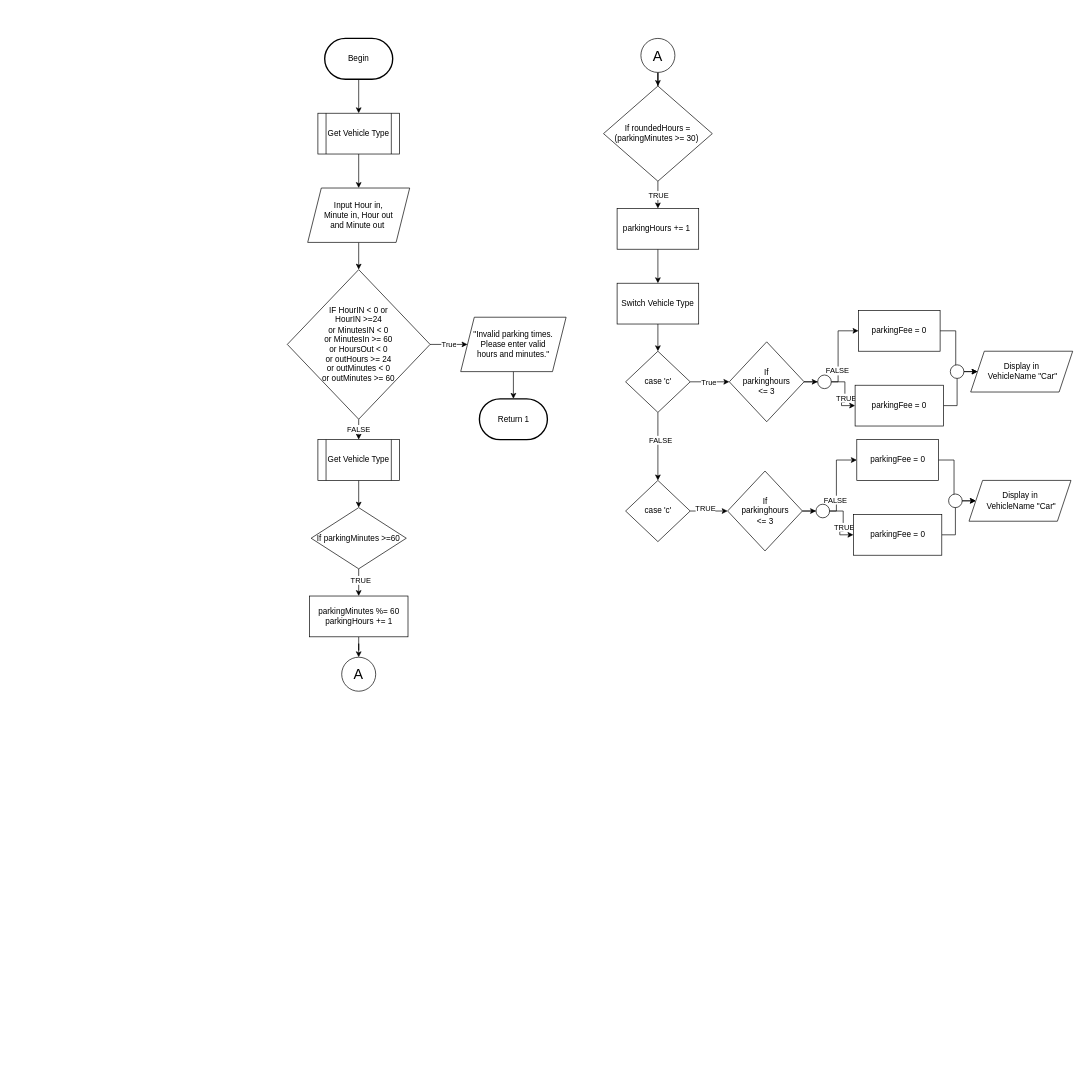
AmawNiZy/Assignments keeps this draw.io diagram as problem58Flowchart.drawio. Above is the earlier version. Source tidied: cells renumbered, new cells numbered last; positions are measured from the earlier drawing's top-left corner, leaving out a move shared by most shapes. Both pictures are drawn from the tidied source at 68%, with x=0, y=0 at pixel (287, 38).
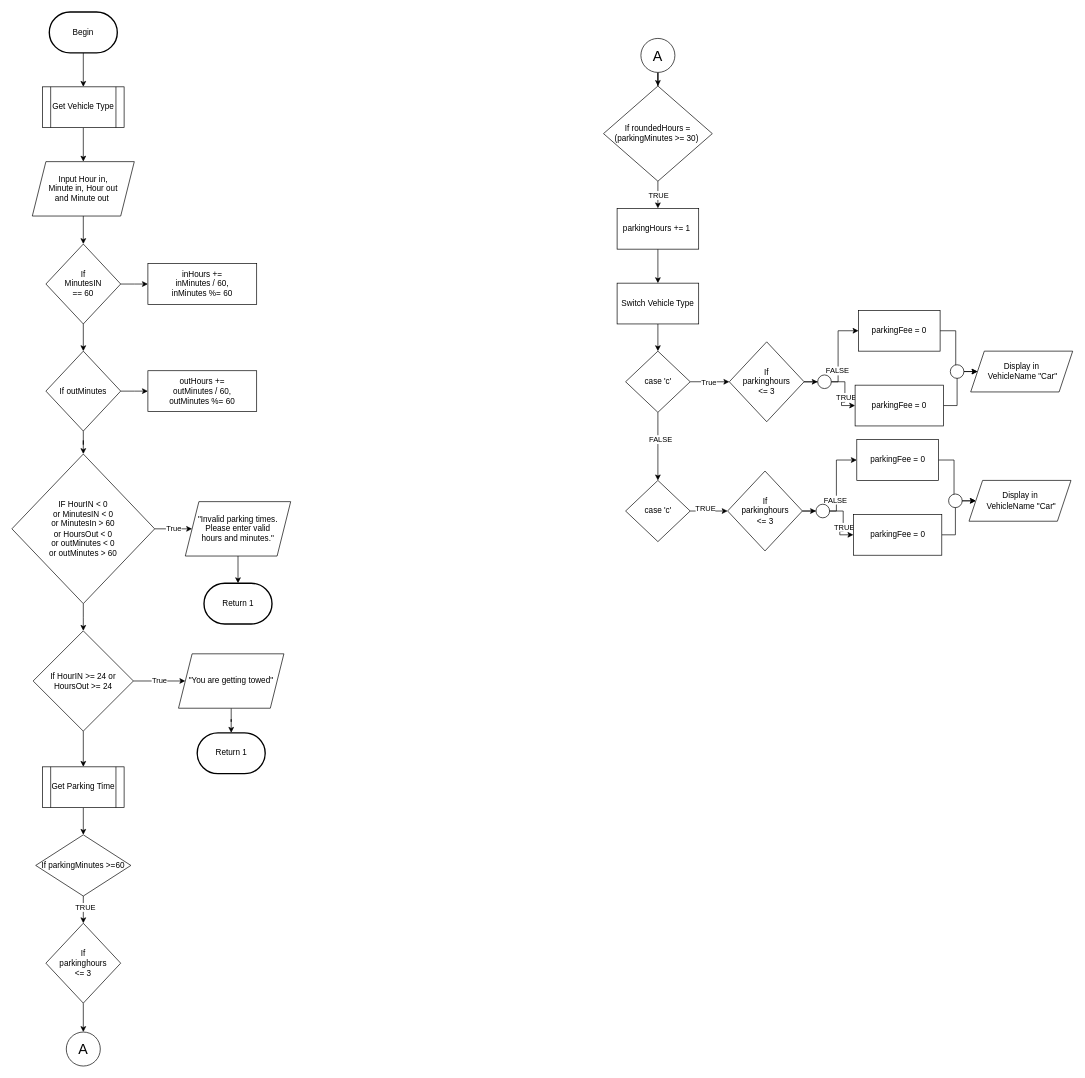
The same page after the edit.

Unchanged cells that the change refers to:
```xml
<mxCell id="41" value="If &lt;br&gt;parkinghours &lt;br&gt;&amp;lt;= 3" style="rhombus;whiteSpace=wrap;html=1;" parent="1" vertex="1">
  <mxGeometry x="650" y="446.2" width="110" height="117.5" as="geometry" />
</mxCell>
```

Change to the diagram source:
```diff
@@
     <mxCell id="3" value="Begin" style="strokeWidth=2;html=1;shape=mxgraph.flowchart.terminator;whiteSpace=wrap;" parent="1" vertex="1">
-      <mxGeometry x="55" width="100" height="60" as="geometry" />
+      <mxGeometry x="-350" y="-38.8" width="100" height="60" as="geometry" />
     </mxCell>
@@
     <mxCell id="5" value="Get Vehicle Type" style="shape=process;whiteSpace=wrap;html=1;backgroundOutline=1;" parent="1" vertex="1">
-      <mxGeometry x="45" y="110" width="120" height="60" as="geometry" />
+      <mxGeometry x="-360" y="71.2" width="120" height="60" as="geometry" />
     </mxCell>
-    <mxCell id="6" style="edgeStyle=orthogonalEdgeStyle;rounded=0;jettySize=auto;html=1;" parent="1" edge="1" source="7" target="11">
+    <mxCell id="6" style="edgeStyle=orthogonalEdgeStyle;rounded=0;jettySize=auto;html=1;" parent="1" edge="1" source="72" target="11">
       <mxGeometry relative="1" as="geometry" />
     </mxCell>
     <mxCell id="7" value="Input Hour in, &lt;br&gt;Minute in, Hour out&lt;br&gt;and Minute out&amp;nbsp;" style="shape=parallelogram;perimeter=parallelogramPerimeter;whiteSpace=wrap;html=1;fixedSize=1;" parent="1" vertex="1">
-      <mxGeometry x="30" y="220" width="150" height="80" as="geometry" />
+      <mxGeometry x="-375" y="181.2" width="150" height="80" as="geometry" />
     </mxCell>
-    <mxCell id="8" style="edgeStyle=orthogonalEdgeStyle;rounded=0;jettySize=auto;html=1;" parent="1" edge="1" source="11" target="13">
-      <mxGeometry relative="1" as="geometry" />
-    </mxCell>
-    <mxCell id="9" value="FALSE" style="edgeLabel;html=1;align=center;verticalAlign=middle;" parent="8" vertex="1">
-      <mxGeometry x="0.02" y="1" relative="1" as="geometry" />
-    </mxCell>
@@
+    <mxCell id="66" style="edgeStyle=orthogonalEdgeStyle;rounded=0;jettySize=auto;html=1;" parent="1" edge="1" source="11" target="77">
+      <mxGeometry relative="1" as="geometry" />
+    </mxCell>
-    <mxCell id="11" value="IF HourIN &amp;lt; 0 or &lt;br&gt;HourIN &amp;gt;=24 &lt;br&gt;or MinutesIN &amp;lt; 0 &lt;br&gt;or MinutesIn &amp;gt;= 60 &lt;br&gt;or HoursOut &amp;lt; 0 &lt;br&gt;or outHours &amp;gt;= 24 &lt;br&gt;or outMinutes &amp;lt; 0 &lt;br&gt;or outMinutes &amp;gt;= 60" style="rhombus;whiteSpace=wrap;html=1;" parent="1" vertex="1">
-      <mxGeometry y="340" width="210" height="220" as="geometry" />
+    <mxCell id="11" value="IF HourIN &amp;lt; 0&lt;br&gt;or MinutesIN &amp;lt; 0 &lt;br&gt;or MinutesIn &amp;gt; 60 &lt;br&gt;or HoursOut &amp;lt; 0&lt;br&gt;or outMinutes &amp;lt; 0 &lt;br&gt;or outMinutes &amp;gt; 60" style="rhombus;whiteSpace=wrap;html=1;" parent="1" vertex="1">
+      <mxGeometry x="-405" y="611.2" width="210" height="220" as="geometry" />
     </mxCell>
@@
-    <mxCell id="13" value="Get Vehicle Type" style="shape=process;whiteSpace=wrap;html=1;backgroundOutline=1;" parent="1" vertex="1">
-      <mxGeometry x="45" y="590" width="120" height="60" as="geometry" />
+    <mxCell id="13" value="Get Parking Time" style="shape=process;whiteSpace=wrap;html=1;backgroundOutline=1;" parent="1" vertex="1">
+      <mxGeometry x="-360" y="1071.2" width="120" height="60" as="geometry" />
     </mxCell>
-    <mxCell id="14" style="edgeStyle=orthogonalEdgeStyle;rounded=0;jettySize=auto;html=1;" parent="1" edge="1" source="16" target="20">
+    <mxCell id="14" style="edgeStyle=orthogonalEdgeStyle;rounded=0;jettySize=auto;html=1;entryX=0.5;entryY=0;entryDx=0;entryDy=0;" parent="1" edge="1" source="16" target="73">
       <mxGeometry relative="1" as="geometry" />
     </mxCell>
@@
     <mxCell id="16" value="If parkingMinutes &amp;gt;=60" style="rhombus;whiteSpace=wrap;html=1;" parent="1" vertex="1">
-      <mxGeometry x="35" y="690" width="140" height="90" as="geometry" />
+      <mxGeometry x="-370" y="1171.2" width="140" height="90" as="geometry" />
     </mxCell>
@@
     <mxCell id="18" value="&quot;Invalid parking times. &lt;br&gt;Please enter valid &lt;br&gt;hours and minutes.&quot;" style="shape=parallelogram;perimeter=parallelogramPerimeter;whiteSpace=wrap;html=1;fixedSize=1;" parent="1" vertex="1">
-      <mxGeometry x="255" y="410" width="155" height="80" as="geometry" />
+      <mxGeometry x="-150" y="681.2" width="155" height="80" as="geometry" />
     </mxCell>
-    <mxCell id="19" style="edgeStyle=orthogonalEdgeStyle;rounded=0;jettySize=auto;html=1;" parent="1" edge="1" source="20" target="21">
+    <mxCell id="19" style="edgeStyle=orthogonalEdgeStyle;rounded=0;jettySize=auto;html=1;exitX=0.5;exitY=1;exitDx=0;exitDy=0;" parent="1" edge="1" source="73" target="21">
       <mxGeometry relative="1" as="geometry" />
     </mxCell>
-    <mxCell id="20" value="parkingMinutes %= 60&lt;br&gt;parkingHours += 1" style="rounded=0;whiteSpace=wrap;html=1;" parent="1" vertex="1">
-      <mxGeometry x="32.5" y="820" width="145" height="60" as="geometry" />
-    </mxCell>
     <mxCell id="21" value="&lt;font style=&quot;font-size: 21px;&quot;&gt;A&lt;/font&gt;" style="ellipse;whiteSpace=wrap;html=1;" parent="1" vertex="1">
-      <mxGeometry x="80" y="910" width="50" height="50" as="geometry" />
+      <mxGeometry x="-325" y="1461.2" width="50" height="50" as="geometry" />
     </mxCell>
     <mxCell id="22" value="Return 1" style="strokeWidth=2;html=1;shape=mxgraph.flowchart.terminator;whiteSpace=wrap;" parent="1" vertex="1">
-      <mxGeometry x="282.5" y="530" width="100" height="60" as="geometry" />
+      <mxGeometry x="-122.5" y="801.2" width="100" height="60" as="geometry" />
     </mxCell>
@@
     <mxCell id="29" value="parkingHours += 1&amp;nbsp;" style="rounded=0;whiteSpace=wrap;html=1;" parent="1" vertex="1">
-      <mxGeometry x="485" y="250" width="120" height="60" as="geometry" />
+      <mxGeometry x="485" y="249.9" width="120" height="60" as="geometry" />
     </mxCell>
@@
     <mxCell id="31" value="Switch Vehicle Type" style="rounded=0;whiteSpace=wrap;html=1;" parent="1" vertex="1">
-      <mxGeometry x="485" y="360" width="120" height="60" as="geometry" />
+      <mxGeometry x="485" y="359.9" width="120" height="60" as="geometry" />
     </mxCell>
@@
     <mxCell id="36" value="case 'c'" style="rhombus;whiteSpace=wrap;html=1;" parent="1" vertex="1">
-      <mxGeometry x="497.5" y="460" width="95" height="90" as="geometry" />
+      <mxGeometry x="497.5" y="459.9" width="95" height="90" as="geometry" />
     </mxCell>
@@
     <mxCell id="39" style="edgeStyle=orthogonalEdgeStyle;rounded=0;jettySize=auto;html=1;" parent="1" edge="1" source="41" target="45">
       <mxGeometry relative="1" as="geometry">
         <Array as="points">
-          <mxPoint x="810" y="505" />
-          <mxPoint x="810" y="430" />
+          <mxPoint x="810" y="504.9" />
+          <mxPoint x="810" y="429.9" />
         </Array>
       </mxGeometry>
     </mxCell>
@@
     <mxCell id="42" style="edgeStyle=orthogonalEdgeStyle;rounded=0;jettySize=auto;html=1;" parent="1" edge="1" source="43" target="48">
       <mxGeometry relative="1" as="geometry">
         <Array as="points">
           <mxPoint x="985" y="540" />
-          <mxPoint x="985" y="490" />
+          <mxPoint x="985" y="489.9" />
         </Array>
       </mxGeometry>
     </mxCell>
     <mxCell id="43" value="parkingFee = 0" style="rounded=0;whiteSpace=wrap;html=1;" parent="1" vertex="1">
-      <mxGeometry x="835" y="510" width="130" height="60" as="geometry" />
+      <mxGeometry x="835" y="509.9" width="130" height="60" as="geometry" />
     </mxCell>
     <mxCell id="44" style="edgeStyle=orthogonalEdgeStyle;rounded=0;jettySize=auto;html=1;" parent="1" edge="1" source="45" target="48">
       <mxGeometry relative="1" as="geometry">
         <Array as="points">
-          <mxPoint x="983" y="430" />
-          <mxPoint x="983" y="490" />
+          <mxPoint x="983" y="429.9" />
+          <mxPoint x="983" y="489.9" />
         </Array>
       </mxGeometry>
     </mxCell>
     <mxCell id="45" value="parkingFee = 0" style="rounded=0;whiteSpace=wrap;html=1;" parent="1" vertex="1">
-      <mxGeometry x="840" y="400" width="120" height="60" as="geometry" />
+      <mxGeometry x="840" y="399.9" width="120" height="60" as="geometry" />
     </mxCell>
@@
     <mxCell id="47" style="ellipse;whiteSpace=wrap;html=1;" parent="1" vertex="1">
-      <mxGeometry x="780" y="495" width="20" height="20" as="geometry" />
+      <mxGeometry x="780" y="494.9" width="20" height="20" as="geometry" />
     </mxCell>
     <mxCell id="48" value="Display in&lt;br&gt;&amp;nbsp;VehicleName &quot;Car&quot;" style="shape=parallelogram;perimeter=parallelogramPerimeter;whiteSpace=wrap;html=1;fixedSize=1;" parent="1" vertex="1">
-      <mxGeometry x="1005" y="460" width="150" height="60" as="geometry" />
+      <mxGeometry x="1005" y="459.9" width="150" height="60" as="geometry" />
     </mxCell>
     <mxCell id="49" style="ellipse;whiteSpace=wrap;html=1;" parent="1" vertex="1">
-      <mxGeometry x="975" y="480" width="20" height="20" as="geometry" />
+      <mxGeometry x="975" y="479.9" width="20" height="20" as="geometry" />
     </mxCell>
@@
+    <mxCell id="67" style="edgeStyle=orthogonalEdgeStyle;rounded=0;jettySize=auto;html=1;" parent="1" edge="1" source="7" target="69">
+      <mxGeometry relative="1" as="geometry" />
+    </mxCell>
+    <mxCell id="68" style="edgeStyle=orthogonalEdgeStyle;rounded=0;jettySize=auto;html=1;" parent="1" edge="1" source="69" target="74">
+      <mxGeometry relative="1" as="geometry" />
+    </mxCell>
+    <mxCell id="69" value="If &lt;br&gt;MinutesIN&lt;br&gt;== 60" style="rhombus;whiteSpace=wrap;html=1;" parent="1" vertex="1">
+      <mxGeometry x="-355" y="302.4" width="110" height="117.5" as="geometry" />
+    </mxCell>
+    <mxCell id="70" style="edgeStyle=orthogonalEdgeStyle;rounded=0;jettySize=auto;html=1;" parent="1" edge="1" source="69" target="72">
+      <mxGeometry relative="1" as="geometry" />
+    </mxCell>
+    <mxCell id="71" style="edgeStyle=orthogonalEdgeStyle;rounded=0;jettySize=auto;html=1;" parent="1" edge="1" source="72" target="75">
+      <mxGeometry relative="1" as="geometry" />
+    </mxCell>
+    <mxCell id="72" value="If outMinutes" style="rhombus;whiteSpace=wrap;html=1;" parent="1" vertex="1">
+      <mxGeometry x="-355" y="459.9" width="110" height="117.5" as="geometry" />
+    </mxCell>
+    <mxCell id="73" value="If &lt;br&gt;parkinghours &lt;br&gt;&amp;lt;= 3" style="rhombus;whiteSpace=wrap;html=1;" parent="1" vertex="1">
+      <mxGeometry x="-355" y="1301.2" width="110" height="117.5" as="geometry" />
+    </mxCell>
+    <mxCell id="74" value="inHours += &lt;br&gt;inMinutes / 60,&lt;br&gt;inMinutes %= 60" style="rounded=0;whiteSpace=wrap;html=1;" parent="1" vertex="1">
+      <mxGeometry x="-205" y="331.2" width="160" height="60" as="geometry" />
+    </mxCell>
+    <mxCell id="75" value="outHours += &lt;br&gt;outMinutes / 60,&lt;br&gt;outMinutes %= 60" style="rounded=0;whiteSpace=wrap;html=1;" parent="1" vertex="1">
+      <mxGeometry x="-205" y="488.7" width="160" height="60" as="geometry" />
+    </mxCell>
+    <mxCell id="76" style="edgeStyle=orthogonalEdgeStyle;rounded=0;jettySize=auto;html=1;" parent="1" edge="1" source="77" target="13">
+      <mxGeometry relative="1" as="geometry" />
+    </mxCell>
+    <mxCell id="77" value="If HourIN &amp;gt;= 24 or HoursOut &amp;gt;= 24" style="rhombus;whiteSpace=wrap;html=1;" parent="1" vertex="1">
+      <mxGeometry x="-373.8" y="871.2" width="147.5" height="147.5" as="geometry" />
+    </mxCell>
+    <mxCell id="78" value="True" style="edgeStyle=orthogonalEdgeStyle;rounded=0;jettySize=auto;html=1;exitX=1;exitY=0.5;exitDx=0;exitDy=0;" parent="1" edge="1" source="77" target="80">
+      <mxGeometry relative="1" as="geometry" />
+    </mxCell>
+    <mxCell id="79" style="edgeStyle=orthogonalEdgeStyle;rounded=0;jettySize=auto;html=1;" parent="1" edge="1" source="80" target="81">
+      <mxGeometry relative="1" as="geometry" />
+    </mxCell>
+    <mxCell id="80" value="&quot;You are getting towed&quot;" style="shape=parallelogram;perimeter=parallelogramPerimeter;whiteSpace=wrap;html=1;fixedSize=1;" parent="1" vertex="1">
+      <mxGeometry x="-160" y="905" width="155" height="80" as="geometry" />
+    </mxCell>
+    <mxCell id="81" value="Return 1" style="strokeWidth=2;html=1;shape=mxgraph.flowchart.terminator;whiteSpace=wrap;" parent="1" vertex="1">
+      <mxGeometry x="-132.5" y="1021.2" width="100" height="60" as="geometry" />
+    </mxCell>
```
